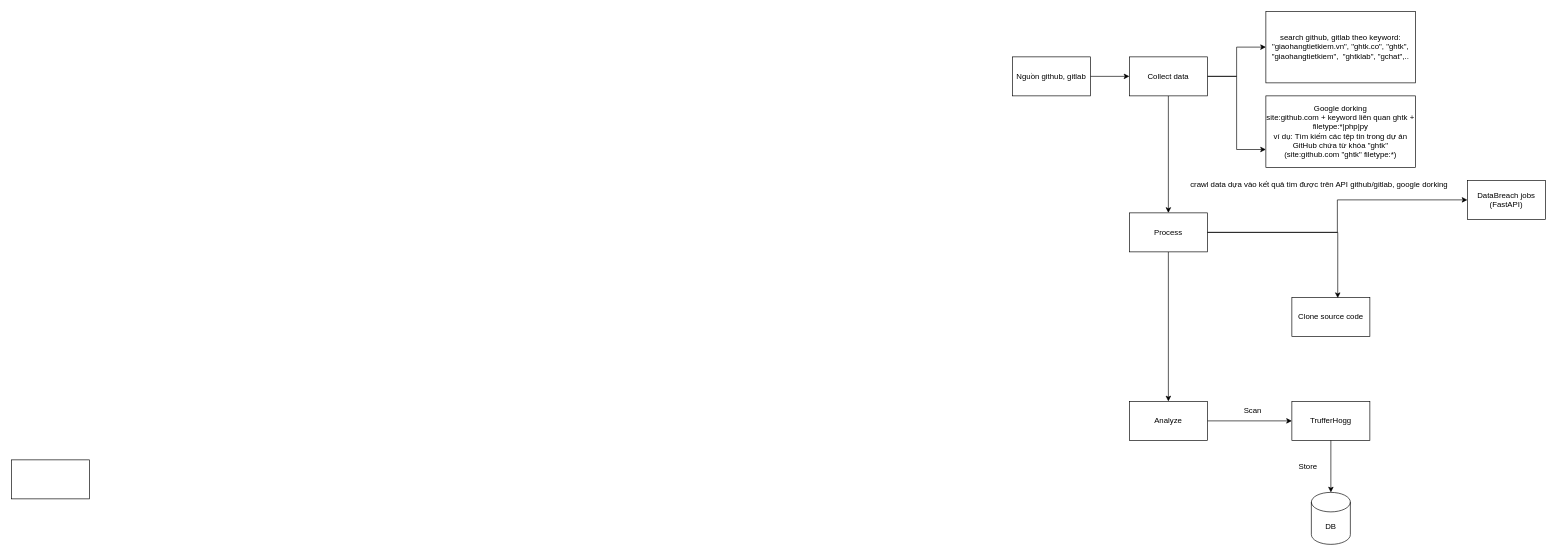
This is Biểu đồ không có tiêu đề.drawio from tung23102000/demo-github, a draw.io file, before an edit. Source tidied: cells renumbered, new cells numbered last; positions are measured from the earlier drawing's top-left corner, leaving out a move shared by most shapes. Both pictures are drawn from the tidied source at 65%, with x=0, y=0 at pixel (11, 11).
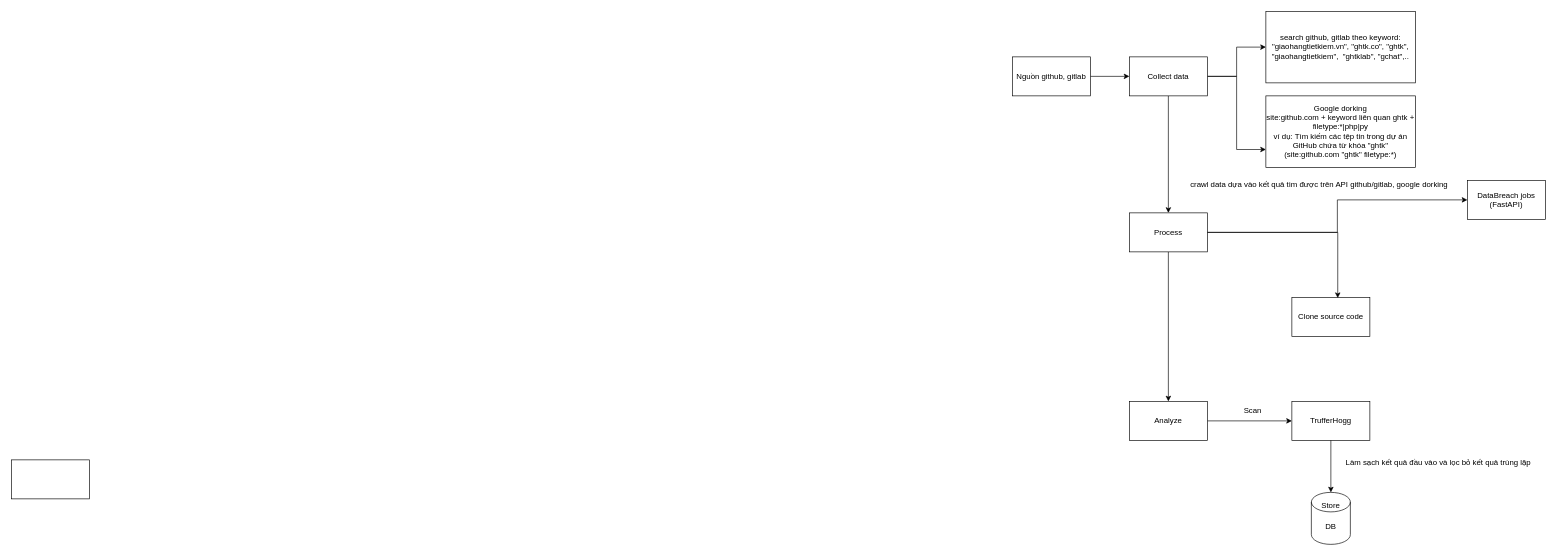
The same page after the edit.

Commit message:
github gitlab

The edit, as a diff of the source:
```diff
@@
     <mxCell id="24" value="Store" style="text;html=1;strokeColor=none;fillColor=none;align=center;verticalAlign=middle;whiteSpace=wrap;rounded=0;" parent="1" vertex="1">
-      <mxGeometry x="1980" y="670" width="30" height="60" as="geometry" />
+      <mxGeometry x="2015" y="730" width="30" height="60" as="geometry" />
     </mxCell>
+    <mxCell id="25" value="Làm sạch kết quả đầu vào và lọc bỏ kết quả trùng lặp" style="text;html=1;align=center;verticalAlign=middle;strokeColor=none;fillColor=none;" parent="1" vertex="1">
+      <mxGeometry x="2040" y="680" width="310" height="30" as="geometry" />
+    </mxCell>
```
